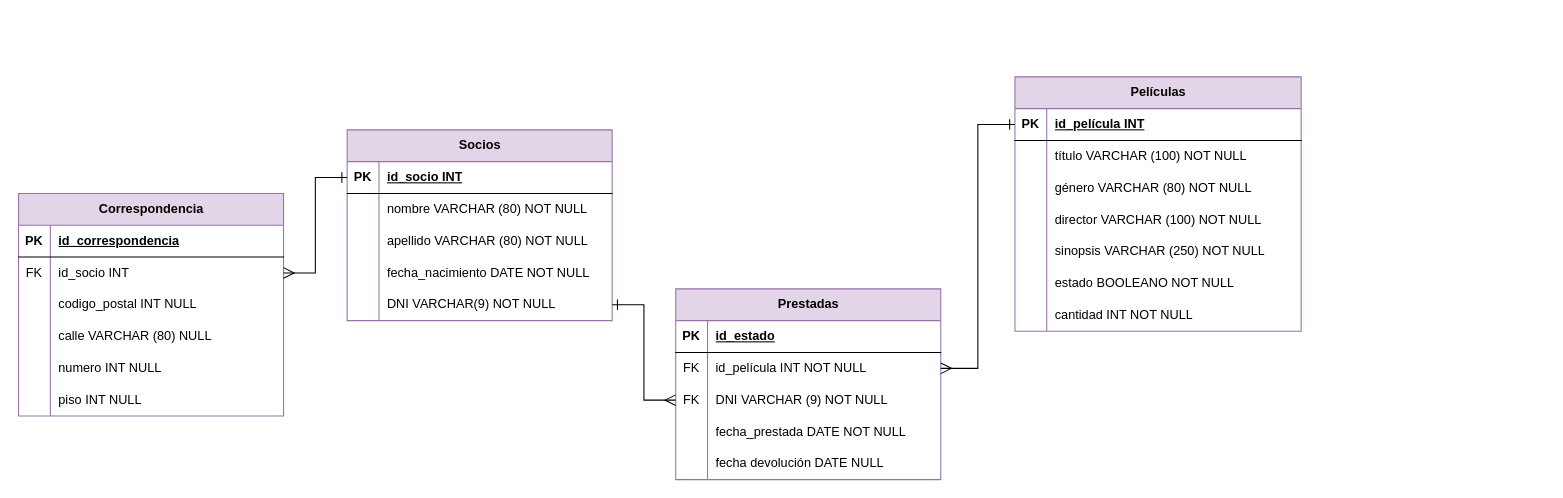
The draw.io diagram practica-modelado-de-datos-sql.drawio in saraestefaniam/practica-modelado-de-datos-sql, before the edit. Source tidied: cells renumbered, new cells numbered last; positions are measured from the earlier drawing's top-left corner, leaving out a move shared by most shapes. Both pictures are drawn from the tidied source at 106%, with x=0, y=0 at pixel (18, 76).
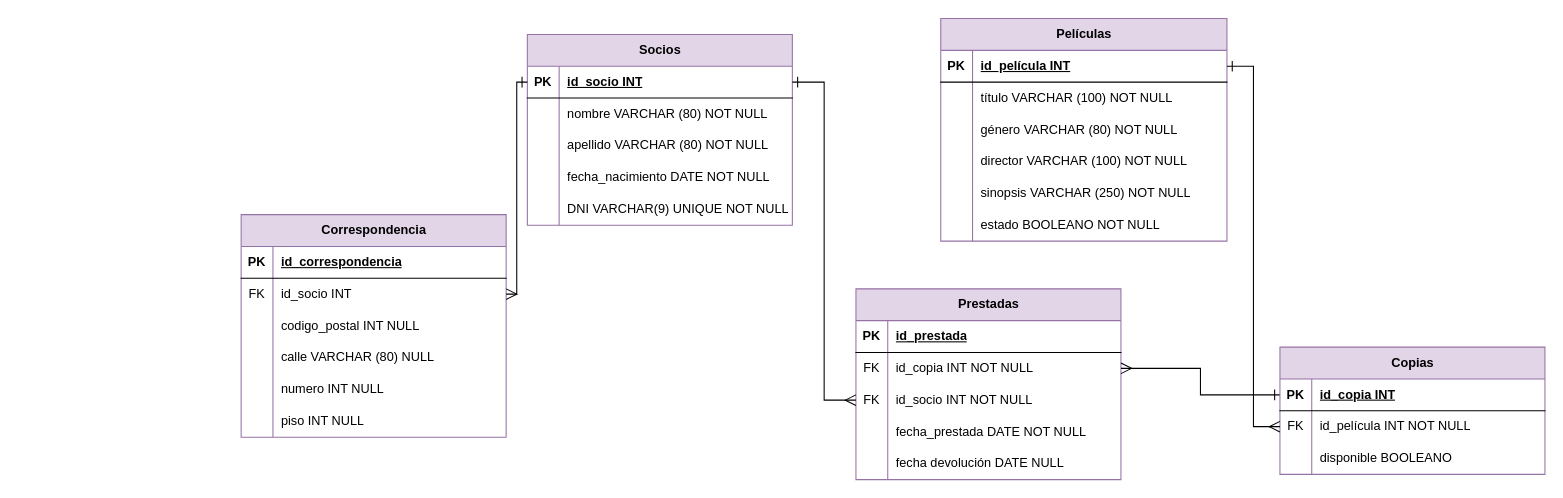
The same page after the edit.

Commit message (it also covers changes not shown here):
Actualizado diagrama, agregamos una tabla nueva, la de copias

Unchanged cells that the change refers to:
```xml
<mxCell id="3" style="shape=tableRow;horizontal=0;startSize=0;swimlaneHead=0;swimlaneBody=0;fillColor=none;points=[[0,0.5],[1,0.5]];portConstraint=eastwest;top=0;left=0;right=0;bottom=1;" parent="2" vertex="1">
  <mxGeometry y="30" width="250" height="30" as="geometry" />
</mxCell>
<mxCell id="15" style="shape=tableRow;horizontal=0;startSize=0;swimlaneHead=0;swimlaneBody=0;fillColor=none;points=[[0,0.5],[1,0.5]];portConstraint=eastwest;top=0;left=0;right=0;bottom=0;" parent="2" vertex="1">
  <mxGeometry y="150" width="250" height="30" as="geometry" />
</mxCell>
<mxCell id="19" style="shape=tableRow;horizontal=0;startSize=0;swimlaneHead=0;swimlaneBody=0;fillColor=none;points=[[0,0.5],[1,0.5]];portConstraint=eastwest;top=0;left=0;right=0;bottom=1;" parent="18" vertex="1">
  <mxGeometry y="30" width="270" height="30" as="geometry" />
</mxCell>
<mxCell id="41" style="shape=tableRow;horizontal=0;startSize=0;swimlaneHead=0;swimlaneBody=0;fillColor=none;top=0;left=0;right=0;bottom=1;" parent="40" vertex="1">
  <mxGeometry y="30" width="250" height="30" as="geometry" />
</mxCell>
<mxCell id="44" style="shape=tableRow;horizontal=0;startSize=0;swimlaneHead=0;swimlaneBody=0;fillColor=none;points=[[0,0.5],[1,0.5]];portConstraint=eastwest;top=0;left=0;right=0;bottom=0;" parent="40" vertex="1">
  <mxGeometry y="60" width="250" height="30" as="geometry" />
</mxCell>
<mxCell id="47" style="shape=tableRow;horizontal=0;startSize=0;swimlaneHead=0;swimlaneBody=0;fillColor=none;points=[[0,0.5],[1,0.5]];portConstraint=eastwest;top=0;left=0;right=0;bottom=0;" parent="40" vertex="1">
  <mxGeometry y="90" width="250" height="30" as="geometry" />
</mxCell>
```

What changed in the source:
```diff
@@
     <mxCell id="2" value="Socios" style="shape=table;startSize=30;childLayout=tableLayout;rowLines=0;fontStyle=1;align=center;html=1;fillColor=#e1d5e7;strokeColor=#9673a6;" parent="1" vertex="1">
-      <mxGeometry x="310" y="50" width="250" height="180" as="geometry" />
+      <mxGeometry x="480" y="-40" width="250" height="180" as="geometry" />
     </mxCell>
@@
-    <mxCell id="17" value="DNI VARCHAR(9) NOT NULL" style="shape=partialRectangle;fillColor=none;top=0;left=0;bottom=0;right=0;align=left;spacingLeft=6;overflow=hidden;whiteSpace=wrap;html=1;" parent="15" vertex="1">
+    <mxCell id="17" value="DNI VARCHAR(9) UNIQUE NOT NULL" style="shape=partialRectangle;fillColor=none;top=0;left=0;bottom=0;right=0;align=left;spacingLeft=6;overflow=hidden;whiteSpace=wrap;html=1;" parent="15" vertex="1">
       <mxGeometry x="30" width="220" height="30" as="geometry" />
     </mxCell>
     <mxCell id="18" value="Películas" style="shape=table;startSize=30;childLayout=tableLayout;rowLines=0;fontStyle=1;align=center;html=1;fillColor=#e1d5e7;strokeColor=#9673a6;" parent="1" vertex="1">
-      <mxGeometry x="940" width="270" height="240" as="geometry" />
+      <mxGeometry x="870" y="-55" width="270" height="210" as="geometry" />
     </mxCell>
@@
-    <mxCell id="37" style="shape=tableRow;horizontal=0;startSize=0;swimlaneHead=0;swimlaneBody=0;fillColor=none;top=0;left=0;right=0;bottom=0;" parent="18" vertex="1">
-      <mxGeometry y="210" width="270" height="30" as="geometry" />
-    </mxCell>
-    <mxCell id="38" style="shape=partialRectangle;fillColor=none;top=0;left=0;bottom=0;right=0;overflow=hidden;whiteSpace=wrap;html=1;" parent="37" vertex="1">
-      <mxGeometry width="30" height="30" as="geometry" />
-    </mxCell>
-    <mxCell id="39" value="cantidad INT NOT NULL" style="shape=partialRectangle;fillColor=none;top=0;left=0;bottom=0;right=0;align=left;spacingLeft=6;overflow=hidden;whiteSpace=wrap;html=1;" parent="37" vertex="1">
-      <mxGeometry x="30" width="240" height="30" as="geometry" />
-    </mxCell>
     <mxCell id="40" value="&lt;div&gt;Prestadas&lt;/div&gt;" style="shape=table;startSize=30;childLayout=tableLayout;rowLines=0;fontStyle=1;align=center;html=1;fillColor=#e1d5e7;strokeColor=#9673a6;" parent="1" vertex="1">
-      <mxGeometry x="620" y="200" width="250" height="180" as="geometry" />
+      <mxGeometry x="790" y="200" width="250" height="180" as="geometry" />
     </mxCell>
@@
-    <mxCell id="43" value="id_estado" style="shape=partialRectangle;fillColor=none;top=0;left=0;bottom=0;right=0;align=left;spacingLeft=6;fontStyle=5;overflow=hidden;whiteSpace=wrap;html=1;" parent="41" vertex="1">
+    <mxCell id="43" value="id_prestada" style="shape=partialRectangle;fillColor=none;top=0;left=0;bottom=0;right=0;align=left;spacingLeft=6;fontStyle=5;overflow=hidden;whiteSpace=wrap;html=1;" parent="41" vertex="1">
       <mxGeometry x="30" width="220" height="30" as="geometry" />
     </mxCell>
@@
-    <mxCell id="46" value="id_película INT NOT NULL" style="shape=partialRectangle;fillColor=none;top=0;left=0;bottom=0;right=0;align=left;spacingLeft=6;overflow=hidden;whiteSpace=wrap;html=1;" parent="44" vertex="1">
+    <mxCell id="46" value="id_copia INT NOT NULL" style="shape=partialRectangle;fillColor=none;top=0;left=0;bottom=0;right=0;align=left;spacingLeft=6;overflow=hidden;whiteSpace=wrap;html=1;" parent="44" vertex="1">
       <mxGeometry x="30" width="220" height="30" as="geometry" />
     </mxCell>
@@
-    <mxCell id="49" value="DNI VARCHAR (9) NOT NULL" style="shape=partialRectangle;fillColor=none;top=0;left=0;bottom=0;right=0;align=left;spacingLeft=6;overflow=hidden;whiteSpace=wrap;html=1;" parent="47" vertex="1">
+    <mxCell id="49" value="id_socio INT NOT NULL" style="shape=partialRectangle;fillColor=none;top=0;left=0;bottom=0;right=0;align=left;spacingLeft=6;overflow=hidden;whiteSpace=wrap;html=1;" parent="47" vertex="1">
       <mxGeometry x="30" width="220" height="30" as="geometry" />
     </mxCell>
@@
     <mxCell id="56" value="Correspondencia" style="shape=table;startSize=30;childLayout=tableLayout;rowLines=0;fontStyle=1;align=center;html=1;fillColor=#e1d5e7;strokeColor=#9673a6;" parent="1" vertex="1">
-      <mxGeometry y="110" width="250" height="210" as="geometry" />
+      <mxGeometry x="210" y="130" width="250" height="210" as="geometry" />
     </mxCell>
@@
-    <mxCell id="76" style="edgeStyle=elbowEdgeStyle;elbow=horizontal;endArrow=ERmany;html=1;curved=0;rounded=0;endSize=8;startSize=8;exitX=1;exitY=0.5;exitDx=0;exitDy=0;entryX=0;entryY=0.5;entryDx=0;entryDy=0;startArrow=ERone;startFill=0;endFill=0;" parent="1" edge="1" source="15" target="47">
+    <mxCell id="76" style="edgeStyle=elbowEdgeStyle;elbow=horizontal;endArrow=ERmany;html=1;curved=0;rounded=0;endSize=8;startSize=8;exitX=1;exitY=0.5;exitDx=0;exitDy=0;entryX=0;entryY=0.5;entryDx=0;entryDy=0;startArrow=ERone;startFill=0;endFill=0;" parent="1" edge="1" source="3" target="47">
       <mxGeometry relative="1" as="geometry" />
     </mxCell>
-    <mxCell id="77" style="edgeStyle=elbowEdgeStyle;elbow=horizontal;endArrow=ERone;html=1;curved=0;rounded=0;endSize=8;startSize=8;exitX=1;exitY=0.5;exitDx=0;exitDy=0;entryX=0;entryY=0.5;entryDx=0;entryDy=0;startArrow=ERmany;startFill=0;endFill=0;" parent="1" edge="1" source="44" target="19">
+    <mxCell id="77" style="edgeStyle=elbowEdgeStyle;elbow=horizontal;endArrow=ERone;html=1;curved=0;rounded=0;endSize=8;startSize=8;exitX=1;exitY=0.5;exitDx=0;exitDy=0;startArrow=ERmany;startFill=0;endFill=0;entryX=0;entryY=0.5;entryDx=0;entryDy=0;" parent="1" edge="1" source="44" target="79">
       <mxGeometry relative="1" as="geometry" />
     </mxCell>
+    <mxCell id="78" value="&lt;div&gt;Copias&lt;/div&gt;" style="shape=table;startSize=30;childLayout=tableLayout;rowLines=0;fontStyle=1;align=center;html=1;fillColor=#e1d5e7;strokeColor=#9673a6;" parent="1" vertex="1">
+      <mxGeometry x="1190" y="255" width="250" height="120" as="geometry" />
+    </mxCell>
+    <mxCell id="79" style="shape=tableRow;horizontal=0;startSize=0;swimlaneHead=0;swimlaneBody=0;fillColor=none;points=[[0,0.5],[1,0.5]];portConstraint=eastwest;top=0;left=0;right=0;bottom=1;" parent="78" vertex="1">
+      <mxGeometry y="30" width="250" height="30" as="geometry" />
+    </mxCell>
+    <mxCell id="80" value="PK" style="shape=partialRectangle;fillColor=none;top=0;left=0;bottom=0;right=0;fontStyle=1;overflow=hidden;whiteSpace=wrap;html=1;" parent="79" vertex="1">
+      <mxGeometry width="30" height="30" as="geometry" />
+    </mxCell>
+    <mxCell id="81" value="id_copia INT" style="shape=partialRectangle;fillColor=none;top=0;left=0;bottom=0;right=0;align=left;spacingLeft=6;fontStyle=5;overflow=hidden;whiteSpace=wrap;html=1;" parent="79" vertex="1">
+      <mxGeometry x="30" width="220" height="30" as="geometry" />
+    </mxCell>
+    <mxCell id="82" style="shape=tableRow;horizontal=0;startSize=0;swimlaneHead=0;swimlaneBody=0;fillColor=none;points=[[0,0.5],[1,0.5]];portConstraint=eastwest;top=0;left=0;right=0;bottom=0;" parent="78" vertex="1">
+      <mxGeometry y="60" width="250" height="30" as="geometry" />
+    </mxCell>
+    <mxCell id="83" value="FK" style="shape=partialRectangle;fillColor=none;top=0;left=0;bottom=0;right=0;overflow=hidden;whiteSpace=wrap;html=1;" parent="82" vertex="1">
+      <mxGeometry width="30" height="30" as="geometry" />
+    </mxCell>
+    <mxCell id="84" value="id_película INT NOT NULL" style="shape=partialRectangle;fillColor=none;top=0;left=0;bottom=0;right=0;align=left;spacingLeft=6;overflow=hidden;whiteSpace=wrap;html=1;" parent="82" vertex="1">
+      <mxGeometry x="30" width="220" height="30" as="geometry" />
+    </mxCell>
+    <mxCell id="85" style="shape=tableRow;horizontal=0;startSize=0;swimlaneHead=0;swimlaneBody=0;fillColor=none;top=0;left=0;right=0;bottom=0;" parent="78" vertex="1">
+      <mxGeometry y="90" width="250" height="30" as="geometry" />
+    </mxCell>
+    <mxCell id="38" style="shape=partialRectangle;fillColor=none;top=0;left=0;bottom=0;right=0;overflow=hidden;whiteSpace=wrap;html=1;" parent="85" vertex="1">
+      <mxGeometry width="30" height="30" as="geometry" />
+    </mxCell>
+    <mxCell id="86" value="disponible BOOLEANO" style="shape=partialRectangle;fillColor=none;top=0;left=0;bottom=0;right=0;align=left;spacingLeft=6;overflow=hidden;whiteSpace=wrap;html=1;" parent="85" vertex="1">
+      <mxGeometry x="30" width="220" height="30" as="geometry" />
+    </mxCell>
+    <mxCell id="87" style="edgeStyle=elbowEdgeStyle;elbow=horizontal;endArrow=ERone;html=1;curved=0;rounded=0;endSize=8;startSize=8;exitX=0;exitY=0.5;exitDx=0;exitDy=0;entryX=1;entryY=0.5;entryDx=0;entryDy=0;startArrow=ERmany;startFill=0;endFill=0;" parent="1" edge="1" source="82" target="19">
+      <mxGeometry relative="1" as="geometry" />
+    </mxCell>
```
